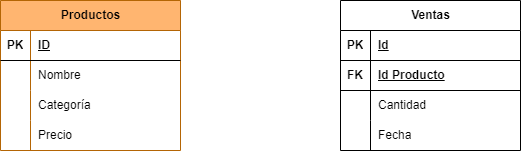
This is tarea 4 sqlite/tarea 4 diagrama MR.drawio.png from GermanOjeda/base-datos, a draw.io export, as it was before one commit. Source tidied: cells renumbered, new cells last; positions are measured from the earlier drawing's top-left corner, leaving out a move shared by most shapes.
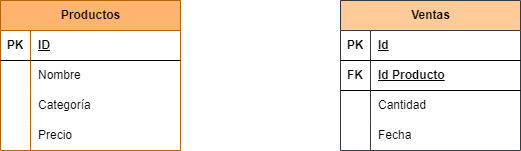
After the commit.

The edit, as a diff of the source:
```diff
@@ -41,7 +41,7 @@
     <mxCell id="14" value="Precio" style="shape=partialRectangle;fillColor=none;top=0;left=0;bottom=0;right=0;align=left;spacingLeft=6;overflow=hidden;whiteSpace=wrap;html=1;" parent="12" vertex="1">
       <mxGeometry x="30" width="150" height="30" as="geometry" />
     </mxCell>
-    <mxCell id="15" value="Ventas" style="shape=table;startSize=30;rowLines=0;fontStyle=1;align=center;html=1;" parent="1" vertex="1">
+    <mxCell id="15" value="Ventas" style="shape=table;startSize=30;rowLines=0;fontStyle=1;align=center;html=1;fillColor=#ffcc99;strokeColor=#36393d;" parent="1" vertex="1">
       <mxGeometry x="340" width="180" height="150" as="geometry" />
     </mxCell>
     <mxCell id="16" style="shape=tableRow;horizontal=0;startSize=0;swimlaneHead=0;swimlaneBody=0;fillColor=none;top=0;left=0;right=0;bottom=1;" parent="15" vertex="1">
```
